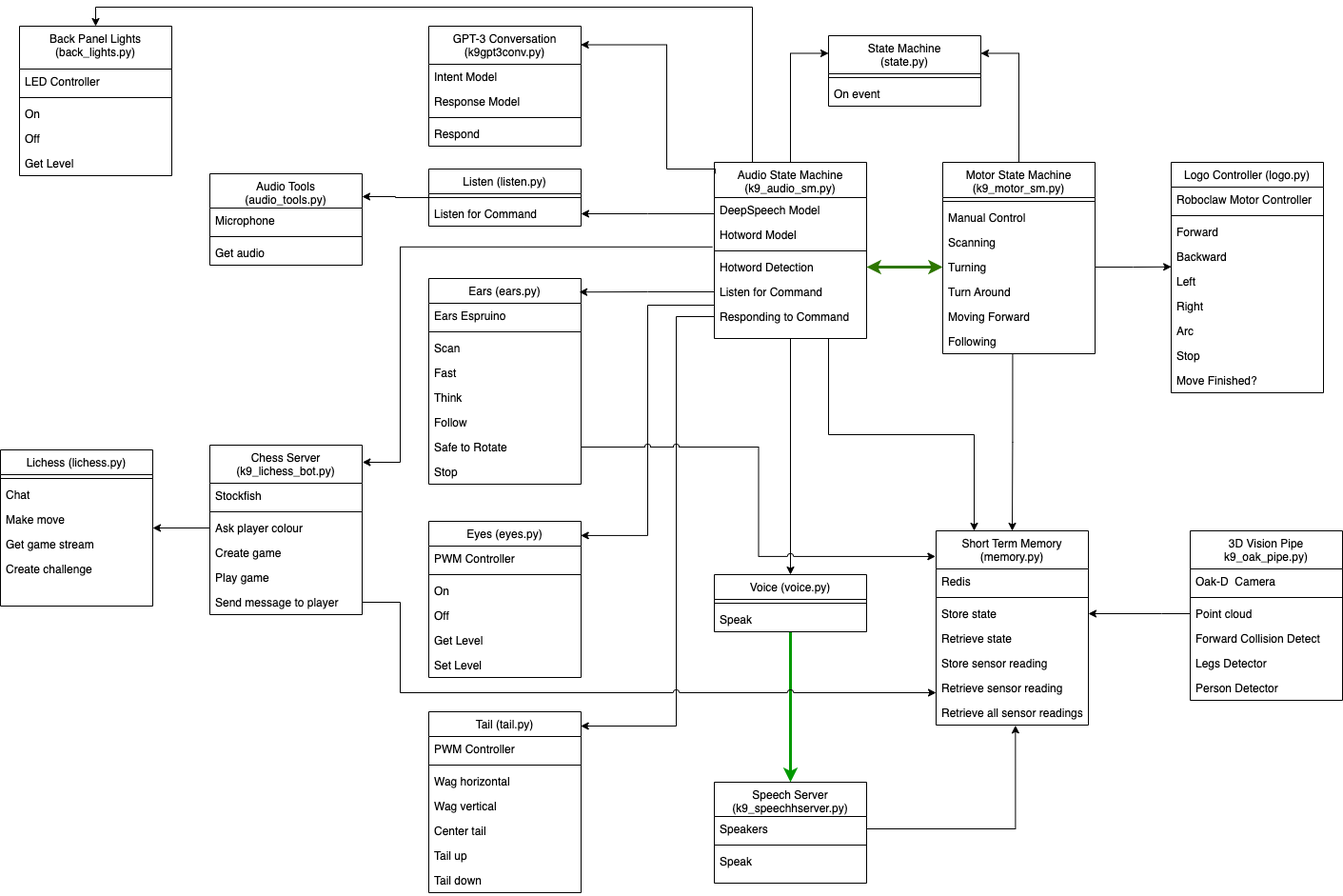
Earlier version of the draw.io export K9 class diagram.drawio.png (hopkira/k9). Source tidied: cells renumbered, new cells last; positions are measured from the earlier drawing's top-left corner, leaving out a move shared by most shapes.
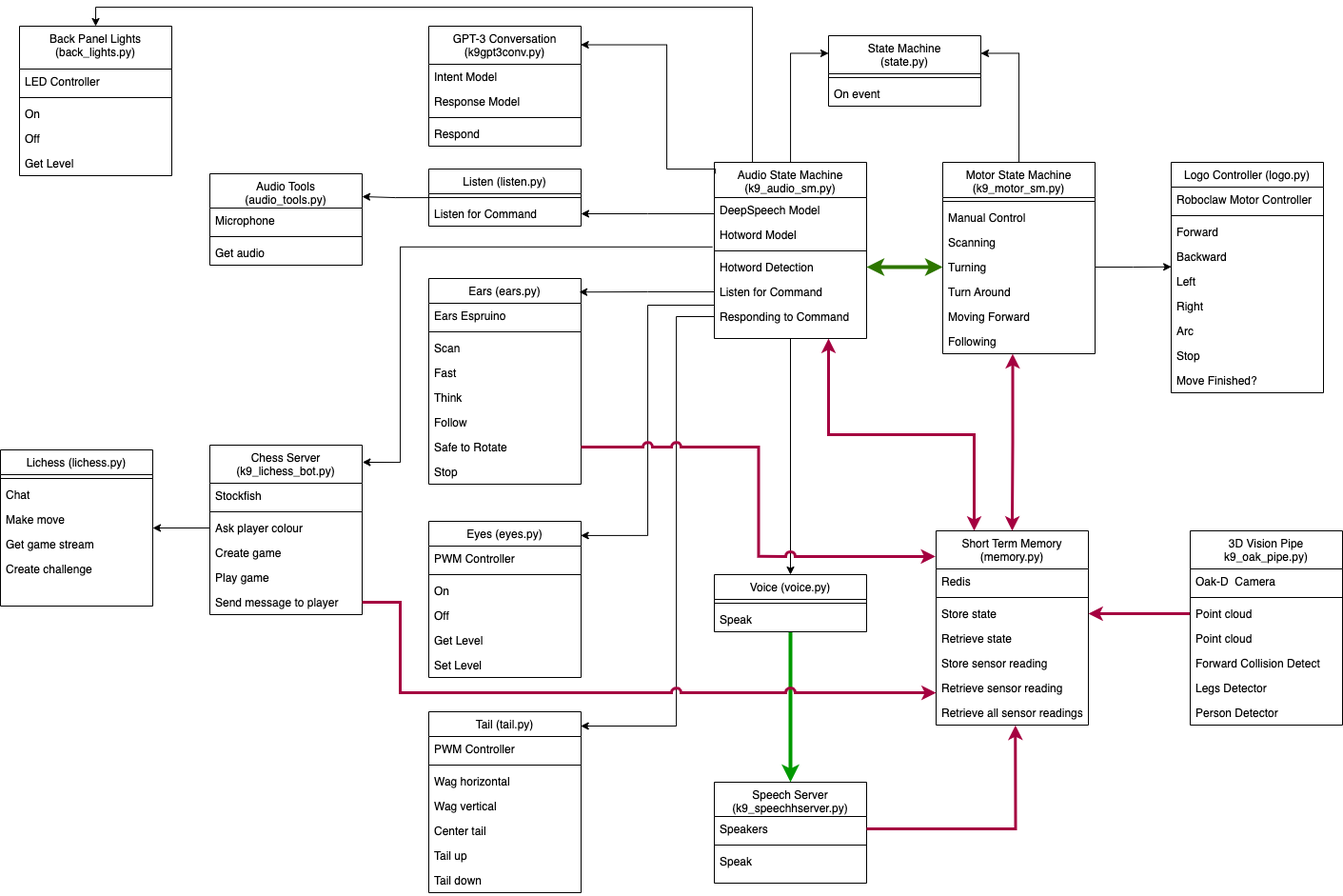
The same diagram one commit later.

What changed in the source:
```diff
@@ -16,7 +16,7 @@
         </Array>
       </mxGeometry>
     </mxCell>
-    <mxCell id="5" style="edgeStyle=orthogonalEdgeStyle;rounded=0;jettySize=auto;html=1;exitX=0.75;exitY=1;exitDx=0;exitDy=0;entryX=0.25;entryY=0;entryDx=0;entryDy=0;" parent="1" edge="1" source="6" target="72">
+    <mxCell id="5" style="edgeStyle=orthogonalEdgeStyle;rounded=0;jettySize=auto;html=1;exitX=0.75;exitY=1;exitDx=0;exitDy=0;entryX=0.25;entryY=0;entryDx=0;entryDy=0;fillColor=#d80073;strokeColor=#A50040;strokeWidth=3;startArrow=classic;startFill=1;" parent="1" edge="1" source="6" target="72">
       <mxGeometry relative="1" as="geometry" />
     </mxCell>
     <mxCell id="6" value="Audio State Machine&#10;(k9_audio_sm.py)" style="swimlane;fontStyle=0;align=center;verticalAlign=top;horizontal=1;startSize=37;rounded=0;shadow=0;strokeWidth=1;" parent="1" vertex="1">
@@ -157,7 +157,7 @@
     <mxCell id="51" value="Set Level" style="text;align=left;verticalAlign=top;spacingLeft=4;spacingRight=4;overflow=hidden;" parent="45" vertex="1">
       <mxGeometry y="138" width="160" height="26" as="geometry" />
     </mxCell>
-    <mxCell id="52" style="edgeStyle=orthogonalEdgeStyle;rounded=0;jettySize=auto;html=1;entryX=0.5;entryY=0;entryDx=0;entryDy=0;fillColor=#60a917;strokeColor=#009900;strokeWidth=3;" parent="1" edge="1" source="53" target="61">
+    <mxCell id="52" style="edgeStyle=orthogonalEdgeStyle;rounded=0;jettySize=auto;html=1;entryX=0.5;entryY=0;entryDx=0;entryDy=0;fillColor=#60a917;strokeColor=#009900;strokeWidth=4;" parent="1" edge="1" source="53" target="61">
       <mxGeometry relative="1" as="geometry" />
     </mxCell>
     <mxCell id="53" value="Voice (voice.py)" style="swimlane;fontStyle=0;align=center;verticalAlign=top;horizontal=1;startSize=26;rounded=0;shadow=0;strokeWidth=1;" parent="1" vertex="1">
@@ -241,7 +241,7 @@
     <mxCell id="79" value="Retrieve all sensor readings" style="text;align=left;verticalAlign=top;spacingLeft=4;spacingRight=4;overflow=hidden;points=[[0,0.5],[1,0.5]];portConstraint=eastwest;" parent="72" vertex="1">
       <mxGeometry y="178" width="160" height="26" as="geometry" />
     </mxCell>
-    <mxCell id="80" style="edgeStyle=orthogonalEdgeStyle;rounded=0;jettySize=auto;html=1;entryX=1;entryY=0.5;entryDx=0;entryDy=0;" parent="1" edge="1" source="81" target="75">
+    <mxCell id="80" style="edgeStyle=orthogonalEdgeStyle;rounded=0;jettySize=auto;html=1;entryX=1;entryY=0.5;entryDx=0;entryDy=0;fillColor=#d80073;strokeColor=#A50040;strokeWidth=3;" parent="1" edge="1" source="81" target="75">
       <mxGeometry relative="1" as="geometry">
         <Array as="points">
           <mxPoint x="1220" y="637" />
@@ -250,7 +250,7 @@
       </mxGeometry>
     </mxCell>
     <mxCell id="81" value="3D Vision Pipe&#10;k9_oak_pipe.py)" style="swimlane;fontStyle=0;align=center;verticalAlign=top;horizontal=1;startSize=40;rounded=0;shadow=0;strokeWidth=1;" parent="1" vertex="1">
-      <mxGeometry x="1250" y="550" width="160" height="178" as="geometry" />
+      <mxGeometry x="1250" y="550" width="160" height="204" as="geometry" />
     </mxCell>
     <mxCell id="82" value="Oak-D  Camera" style="text;align=left;verticalAlign=top;spacingLeft=4;spacingRight=4;overflow=hidden;rounded=0;shadow=0;html=0;" parent="81" vertex="1">
       <mxGeometry y="40" width="160" height="26" as="geometry" />
@@ -258,17 +258,20 @@
     <mxCell id="83" style="line;html=1;strokeWidth=1;align=left;verticalAlign=middle;spacingTop=-1;spacingLeft=3;spacingRight=3;labelPosition=right;" parent="81" vertex="1">
       <mxGeometry y="66" width="160" height="8" as="geometry" />
     </mxCell>
+    <mxCell id="128" value="Point cloud" style="text;align=left;verticalAlign=top;spacingLeft=4;spacingRight=4;overflow=hidden;" parent="81" vertex="1">
+      <mxGeometry y="74" width="160" height="26" as="geometry" />
+    </mxCell>
     <mxCell id="84" value="Point cloud" style="text;align=left;verticalAlign=top;spacingLeft=4;spacingRight=4;overflow=hidden;" parent="81" vertex="1">
-      <mxGeometry y="74" width="160" height="26" as="geometry" />
+      <mxGeometry y="100" width="160" height="26" as="geometry" />
     </mxCell>
     <mxCell id="85" value="Forward Collision Detect" style="text;align=left;verticalAlign=top;spacingLeft=4;spacingRight=4;overflow=hidden;" parent="81" vertex="1">
-      <mxGeometry y="100" width="160" height="26" as="geometry" />
+      <mxGeometry y="126" width="160" height="26" as="geometry" />
     </mxCell>
     <mxCell id="86" value="Legs Detector" style="text;align=left;verticalAlign=top;spacingLeft=4;spacingRight=4;overflow=hidden;" parent="81" vertex="1">
-      <mxGeometry y="126" width="160" height="26" as="geometry" />
+      <mxGeometry y="152" width="160" height="26" as="geometry" />
     </mxCell>
     <mxCell id="87" value="Person Detector" style="text;align=left;verticalAlign=top;spacingLeft=4;spacingRight=4;overflow=hidden;" parent="81" vertex="1">
-      <mxGeometry y="152" width="160" height="26" as="geometry" />
+      <mxGeometry y="178" width="160" height="26" as="geometry" />
     </mxCell>
     <mxCell id="88" value="State Machine&#10;(state.py)" style="swimlane;fontStyle=0;align=center;verticalAlign=top;horizontal=1;startSize=40;rounded=0;shadow=0;strokeWidth=1;" parent="1" vertex="1">
       <mxGeometry x="870" y="30" width="160" height="74" as="geometry" />
@@ -377,7 +380,7 @@
         <mxPoint x="750" y="313" as="sourcePoint" />
       </mxGeometry>
     </mxCell>
-    <mxCell id="119" style="edgeStyle=orthogonalEdgeStyle;rounded=0;jettySize=auto;html=1;entryX=0;entryY=0.5;entryDx=0;entryDy=0;startArrow=classic;startFill=1;fillColor=#60a917;strokeColor=#2D7600;strokeWidth=3;" parent="1" edge="1" source="10" target="18">
+    <mxCell id="119" style="edgeStyle=orthogonalEdgeStyle;rounded=0;jettySize=auto;html=1;entryX=0;entryY=0.5;entryDx=0;entryDy=0;startArrow=classic;startFill=1;fillColor=#60a917;strokeColor=#2D7600;strokeWidth=4;" parent="1" edge="1" source="10" target="18">
       <mxGeometry relative="1" as="geometry" />
     </mxCell>
     <mxCell id="120" style="edgeStyle=orthogonalEdgeStyle;rounded=0;jettySize=auto;html=1;entryX=0.998;entryY=0.079;entryDx=0;entryDy=0;entryPerimeter=0;" parent="1" edge="1" source="12" target="107">
@@ -391,7 +394,7 @@
     <mxCell id="121" style="edgeStyle=orthogonalEdgeStyle;rounded=0;jettySize=auto;html=1;entryX=0.001;entryY=0.914;entryDx=0;entryDy=0;entryPerimeter=0;" parent="1" edge="1" source="18" target="26">
       <mxGeometry relative="1" as="geometry" />
     </mxCell>
-    <mxCell id="122" style="edgeStyle=orthogonalEdgeStyle;rounded=0;jettySize=auto;html=1;entryX=0.5;entryY=0;entryDx=0;entryDy=0;exitX=0.459;exitY=1.006;exitDx=0;exitDy=0;exitPerimeter=0;" parent="1" edge="1" source="21" target="72">
+    <mxCell id="122" style="edgeStyle=orthogonalEdgeStyle;rounded=0;jettySize=auto;html=1;entryX=0.5;entryY=0;entryDx=0;entryDy=0;exitX=0.459;exitY=1.006;exitDx=0;exitDy=0;exitPerimeter=0;fillColor=#d80073;strokeColor=#A50040;strokeWidth=3;startArrow=classic;startFill=1;" parent="1" edge="1" source="21" target="72">
       <mxGeometry relative="1" as="geometry" />
     </mxCell>
     <mxCell id="123" style="edgeStyle=orthogonalEdgeStyle;rounded=0;jettySize=auto;html=1;entryX=1.002;entryY=0.101;entryDx=0;entryDy=0;entryPerimeter=0;exitX=-0.012;exitY=0.994;exitDx=0;exitDy=0;exitPerimeter=0;" parent="1" edge="1" source="8" target="65">
@@ -405,10 +408,10 @@
     <mxCell id="124" style="edgeStyle=orthogonalEdgeStyle;rounded=0;jettySize=auto;html=1;entryX=1;entryY=0.5;entryDx=0;entryDy=0;" parent="1" edge="1" source="68" target="97">
       <mxGeometry relative="1" as="geometry" />
     </mxCell>
-    <mxCell id="125" style="edgeStyle=orthogonalEdgeStyle;rounded=0;jettySize=auto;html=1;entryX=-0.004;entryY=0.132;entryDx=0;entryDy=0;entryPerimeter=0;jumpStyle=arc;" parent="1" edge="1" source="43" target="72">
+    <mxCell id="125" style="edgeStyle=orthogonalEdgeStyle;rounded=0;jettySize=auto;html=1;entryX=-0.004;entryY=0.132;entryDx=0;entryDy=0;entryPerimeter=0;jumpStyle=arc;fillColor=#d80073;strokeColor=#A50040;strokeWidth=3;" parent="1" edge="1" source="43" target="72">
       <mxGeometry relative="1" as="geometry" />
     </mxCell>
-    <mxCell id="126" style="edgeStyle=orthogonalEdgeStyle;rounded=0;jumpStyle=arc;jettySize=auto;html=1;" parent="1" edge="1" source="71">
+    <mxCell id="126" style="edgeStyle=orthogonalEdgeStyle;rounded=0;jumpStyle=arc;jettySize=auto;html=1;fillColor=#d80073;strokeColor=#A50040;strokeWidth=3;" parent="1" edge="1" source="71">
       <mxGeometry relative="1" as="geometry">
         <mxPoint x="983" y="720" as="targetPoint" />
         <Array as="points">
@@ -418,7 +421,7 @@
         </Array>
       </mxGeometry>
     </mxCell>
-    <mxCell id="127" style="edgeStyle=orthogonalEdgeStyle;rounded=0;jumpStyle=arc;jettySize=auto;html=1;entryX=0.521;entryY=1.013;entryDx=0;entryDy=0;entryPerimeter=0;" parent="1" edge="1" source="62" target="79">
+    <mxCell id="127" style="edgeStyle=orthogonalEdgeStyle;rounded=0;jumpStyle=arc;jettySize=auto;html=1;entryX=0.521;entryY=1.013;entryDx=0;entryDy=0;entryPerimeter=0;fillColor=#d80073;strokeColor=#A50040;strokeWidth=3;startArrow=none;startFill=0;" parent="1" edge="1" source="62" target="79">
       <mxGeometry relative="1" as="geometry" />
     </mxCell>
   </root>
```
